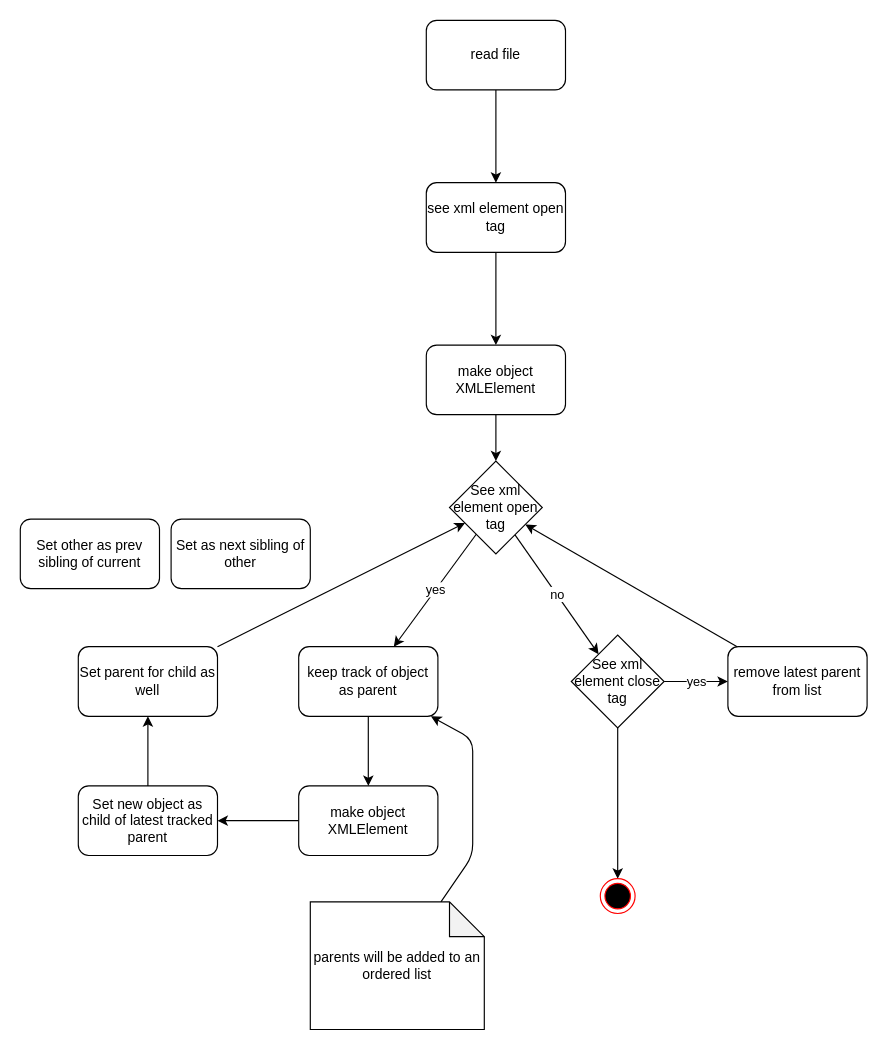
Above: flow.drawio in peiwand1/XML_Parser (draw.io), before the change. Source tidied: cells renumbered, new cells numbered last; positions are measured from the earlier drawing's top-left corner, leaving out a move shared by most shapes. Both pictures are drawn from the tidied source at 116%, with x=0, y=0 at pixel (20, 20).
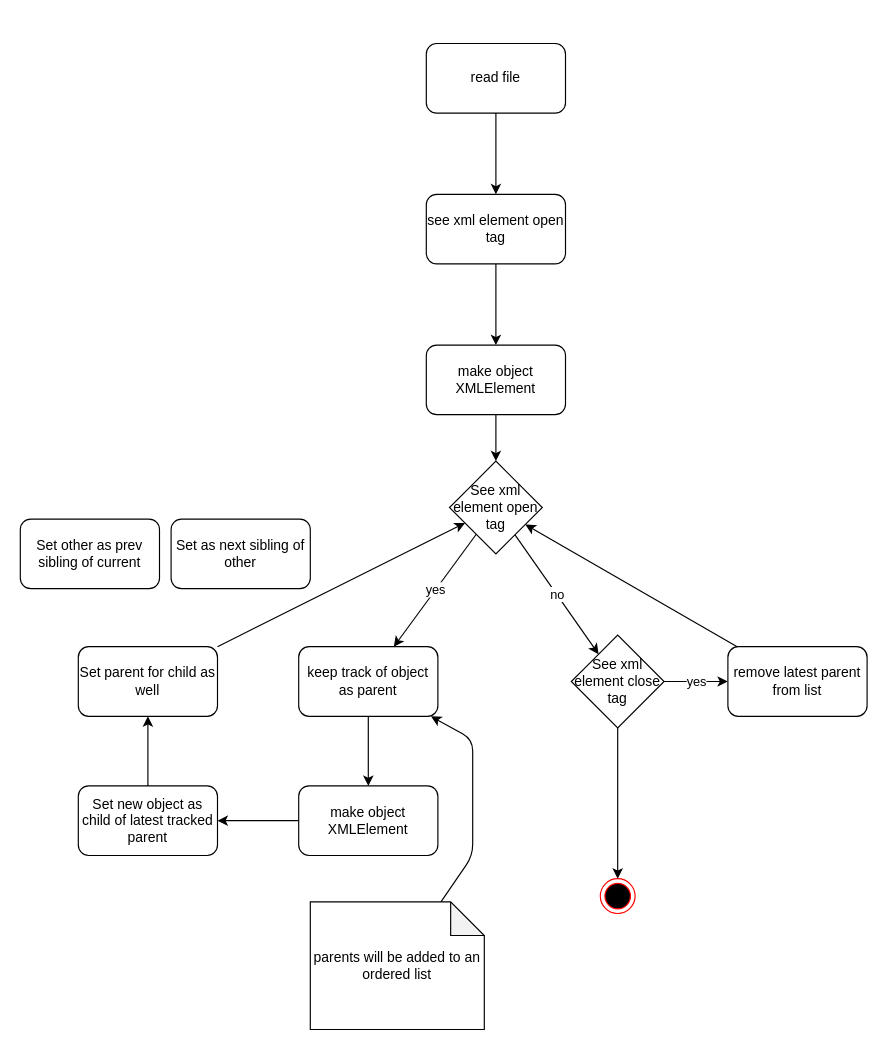
The same diagram, later.

What changed in the source:
```diff
@@
     <mxCell id="3" value="read file" style="rounded=1;whiteSpace=wrap;html=1;" parent="1" vertex="1">
-      <mxGeometry x="350" width="120" height="60" as="geometry" />
+      <mxGeometry x="350" y="20" width="120" height="60" as="geometry" />
     </mxCell>
@@
     <mxCell id="5" value="see xml element open tag" style="whiteSpace=wrap;html=1;rounded=1;" parent="1" vertex="1">
-      <mxGeometry x="350" y="140" width="120" height="60" as="geometry" />
+      <mxGeometry x="350" y="150" width="120" height="60" as="geometry" />
     </mxCell>
@@
-    <mxCell id="20" value="parents will be added to an ordered list" style="shape=note;whiteSpace=wrap;html=1;backgroundOutline=1;darkOpacity=0.05;" parent="1" vertex="1">
+    <mxCell id="20" value="parents will be added to an ordered list" style="shape=note;whiteSpace=wrap;html=1;backgroundOutline=1;darkOpacity=0.05;size=29;" parent="1" vertex="1">
       <mxGeometry x="250" y="760" width="150" height="110" as="geometry" />
     </mxCell>
```
